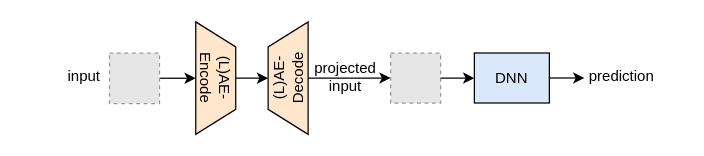
Before: page "Page-3" (3 of 3) of Neurips_2026/diagrams.drawio in blaisegenest/vericompensate, a draw.io diagram. Source tidied: cells renumbered, new cells numbered last; positions are measured from the earlier drawing's top-left corner, leaving out a move shared by most shapes. Both pictures are drawn from the tidied source at 125%, with x=0, y=0 at pixel (46, 52). Pictures stored in the file or linked from it are replaced by grey dashed boxes.
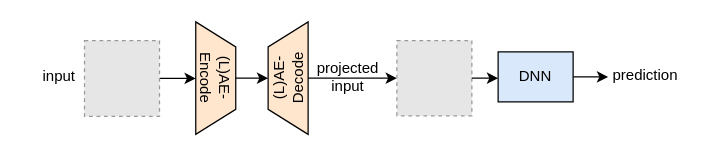
Above is the later version.

Commit message (it also covers changes not shown here):
bigger mnist image in fig.2

What changed in the source:
```diff
@@
 <mxGraphModel>
   <root>
     <mxCell id="0" />
     <mxCell id="1" parent="0" />
+    <mxCell id="15" style="group;" parent="1" vertex="1">
+      <mxGeometry x="-20" y="-25" width="529" height="90" as="geometry" />
+    </mxCell>
-    <mxCell id="2" style="edgeStyle=orthogonalEdgeStyle;rounded=0;jettySize=auto;html=1;exitX=0.5;exitY=0;exitDx=0;exitDy=0;entryX=0.5;entryY=0;entryDx=0;entryDy=0;" parent="1" edge="1" source="3" target="5">
+    <mxCell id="2" style="edgeStyle=orthogonalEdgeStyle;rounded=0;jettySize=auto;html=1;exitX=0.5;exitY=0;exitDx=0;exitDy=0;entryX=0.5;entryY=0;entryDx=0;entryDy=0;" parent="15" edge="1" source="3" target="5">
       <mxGeometry relative="1" as="geometry" />
     </mxCell>
-    <mxCell id="3" value="(L)AE-&lt;div&gt;Encode&lt;/div&gt;" style="shape=trapezoid;perimeter=trapezoidPerimeter;whiteSpace=wrap;html=1;fixedSize=1;rotation=90;fillColor=#FFE6CC;strokeColor=#000000;" parent="1" vertex="1">
-      <mxGeometry x="90.1" y="4" width="90" height="32" as="geometry" />
+    <mxCell id="3" value="(L)AE-&lt;div&gt;Encode&lt;/div&gt;" style="shape=trapezoid;perimeter=trapezoidPerimeter;whiteSpace=wrap;html=1;fixedSize=1;rotation=90;fillColor=#FFE6CC;strokeColor=#000000;" parent="15" vertex="1">
+      <mxGeometry x="110.1" y="29" width="90" height="32" as="geometry" />
     </mxCell>
-    <mxCell id="4" style="edgeStyle=orthogonalEdgeStyle;rounded=0;jettySize=auto;html=1;exitX=0.5;exitY=1;exitDx=0;exitDy=0;entryX=0;entryY=0.5;entryDx=0;entryDy=0;" parent="1" edge="1" source="5" target="13">
+    <mxCell id="4" style="edgeStyle=orthogonalEdgeStyle;rounded=0;jettySize=auto;html=1;exitX=0.5;exitY=1;exitDx=0;exitDy=0;entryX=0;entryY=0.5;entryDx=0;entryDy=0;" parent="15" edge="1" source="5" target="13">
       <mxGeometry relative="1" as="geometry">
         <Array as="points">
-          <mxPoint x="250" y="20" />
-          <mxPoint x="250" y="20" />
+          <mxPoint x="270" y="45" />
+          <mxPoint x="270" y="45" />
         </Array>
       </mxGeometry>
     </mxCell>
-    <mxCell id="5" value="(L)AE-&lt;div&gt;Decode&lt;/div&gt;" style="shape=trapezoid;perimeter=trapezoidPerimeter;whiteSpace=wrap;html=1;fixedSize=1;rotation=-90;fillColor=#ffe6cc;strokeColor=default;" parent="1" vertex="1">
-      <mxGeometry x="148" y="4" width="90" height="32" as="geometry" />
+    <mxCell id="5" value="(L)AE-&lt;div&gt;Decode&lt;/div&gt;" style="shape=trapezoid;perimeter=trapezoidPerimeter;whiteSpace=wrap;html=1;fixedSize=1;rotation=-90;fillColor=#ffe6cc;strokeColor=default;" parent="15" vertex="1">
+      <mxGeometry x="168" y="29" width="90" height="32" as="geometry" />
     </mxCell>
-    <mxCell id="6" style="edgeStyle=orthogonalEdgeStyle;rounded=0;jettySize=auto;html=1;exitX=1;exitY=0.5;exitDx=0;exitDy=0;entryX=0.5;entryY=1;entryDx=0;entryDy=0;" parent="1" edge="1" source="11" target="3">
+    <mxCell id="6" style="edgeStyle=orthogonalEdgeStyle;rounded=0;jettySize=auto;html=1;exitX=1;exitY=0.5;exitDx=0;exitDy=0;entryX=0.5;entryY=1;entryDx=0;entryDy=0;" parent="15" edge="1" source="11" target="3">
       <mxGeometry relative="1" as="geometry" />
     </mxCell>
-    <mxCell id="7" style="edgeStyle=orthogonalEdgeStyle;rounded=0;jettySize=auto;html=1;exitX=1;exitY=0.5;exitDx=0;exitDy=0;entryX=0;entryY=0.5;entryDx=0;entryDy=0;" parent="1" edge="1" source="8" target="10">
+    <mxCell id="7" style="edgeStyle=orthogonalEdgeStyle;rounded=0;jettySize=auto;html=1;exitX=1;exitY=0.5;exitDx=0;exitDy=0;entryX=0;entryY=0.5;entryDx=0;entryDy=0;" parent="15" edge="1" source="8" target="10">
       <mxGeometry relative="1" as="geometry" />
     </mxCell>
-    <mxCell id="8" value="DNN" style="rounded=0;whiteSpace=wrap;html=1;fillColor=#dae8fc;strokeColor=default;" parent="1" vertex="1">
-      <mxGeometry x="342" y="-0.1" width="60" height="40" as="geometry" />
+    <mxCell id="8" value="DNN" style="rounded=0;whiteSpace=wrap;html=1;fillColor=#dae8fc;strokeColor=default;" parent="15" vertex="1">
+      <mxGeometry x="381" y="24" width="60" height="40" as="geometry" />
     </mxCell>
-    <mxCell id="9" value="input" style="text;html=1;whiteSpace=wrap;strokeColor=none;fillColor=none;align=center;verticalAlign=middle;rounded=0;" parent="1" vertex="1">
-      <mxGeometry y="4" width="60" height="30" as="geometry" />
+    <mxCell id="9" value="input" style="text;html=1;whiteSpace=wrap;strokeColor=none;fillColor=none;align=center;verticalAlign=middle;rounded=0;" parent="15" vertex="1">
+      <mxGeometry y="29" width="60" height="30" as="geometry" />
     </mxCell>
-    <mxCell id="10" value="prediction" style="text;html=1;whiteSpace=wrap;strokeColor=none;fillColor=none;align=center;verticalAlign=middle;rounded=0;" parent="1" vertex="1">
-      <mxGeometry x="430" y="4" width="60" height="30" as="geometry" />
+    <mxCell id="10" value="prediction" style="text;html=1;whiteSpace=wrap;strokeColor=none;fillColor=none;align=center;verticalAlign=middle;rounded=0;" parent="15" vertex="1">
+      <mxGeometry x="469" y="28.1" width="60" height="30" as="geometry" />
     </mxCell>
-    <mxCell id="11" style="fillColor=#E6E6E6;strokeColor=#999999;dashed=1;verticalLabelPosition=bottom;labelBackgroundColor=default;verticalAlign=top;" parent="1" vertex="1">
-      <mxGeometry x="50.1" y="-0.1" width="40" height="40.4" as="geometry" />
+    <mxCell id="11" style="fillColor=#E6E6E6;strokeColor=#999999;dashed=1;verticalLabelPosition=bottom;labelBackgroundColor=default;verticalAlign=top;" parent="15" vertex="1">
+      <mxGeometry x="50.1" y="14.9" width="60" height="60.6" as="geometry" />
     </mxCell>
-    <mxCell id="12" value="&lt;div&gt;projected&lt;/div&gt;&lt;div&gt;input&lt;/div&gt;" style="text;html=1;whiteSpace=wrap;strokeColor=none;fillColor=none;align=center;verticalAlign=middle;rounded=0;" parent="1" vertex="1">
-      <mxGeometry x="209" y="4" width="60" height="30" as="geometry" />
+    <mxCell id="12" value="&lt;div&gt;projected&lt;/div&gt;&lt;div&gt;input&lt;/div&gt;" style="text;html=1;whiteSpace=wrap;strokeColor=none;fillColor=none;align=center;verticalAlign=middle;rounded=0;" parent="15" vertex="1">
+      <mxGeometry x="231" y="29" width="60" height="30" as="geometry" />
     </mxCell>
-    <mxCell id="13" style="fillColor=#E6E6E6;strokeColor=#999999;dashed=1;verticalLabelPosition=bottom;labelBackgroundColor=default;verticalAlign=top;" parent="1" vertex="1">
-      <mxGeometry x="275" y="-0.1" width="40" height="40.1" as="geometry" />
+    <mxCell id="13" style="fillColor=#E6E6E6;strokeColor=#999999;dashed=1;verticalLabelPosition=bottom;labelBackgroundColor=default;verticalAlign=top;" parent="15" vertex="1">
+      <mxGeometry x="300" y="14.9" width="60" height="60.2" as="geometry" />
     </mxCell>
-    <mxCell id="14" style="edgeStyle=orthogonalEdgeStyle;rounded=0;jettySize=auto;html=1;exitX=1;exitY=0.5;exitDx=0;exitDy=0;entryX=0;entryY=0.5;entryDx=0;entryDy=0;startSize=6;" parent="1" edge="1" source="13" target="8">
+    <mxCell id="14" style="edgeStyle=orthogonalEdgeStyle;rounded=0;jettySize=auto;html=1;exitX=1;exitY=0.5;exitDx=0;exitDy=0;entryX=0;entryY=0.5;entryDx=0;entryDy=0;startSize=6;" parent="15" edge="1" source="13" target="8">
       <mxGeometry relative="1" as="geometry" />
     </mxCell>
   </root>
 </mxGraphModel>
```
